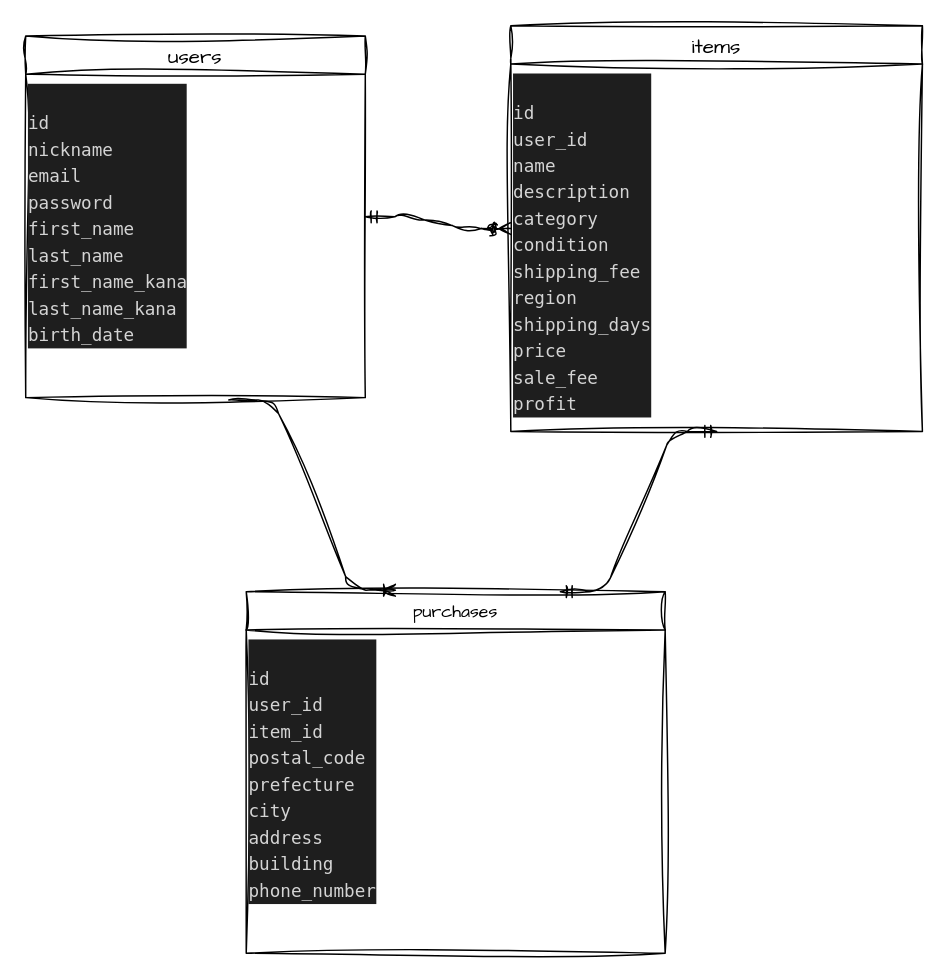
Earlier version of the draw.io diagram ER.dio (k-en7188i/furima-39060). Source tidied: cells renumbered, new cells numbered last; positions are measured from the earlier drawing's top-left corner, leaving out a move shared by most shapes. Both pictures are drawn from the tidied source at 147%, with x=0, y=0 at pixel (25, 25).
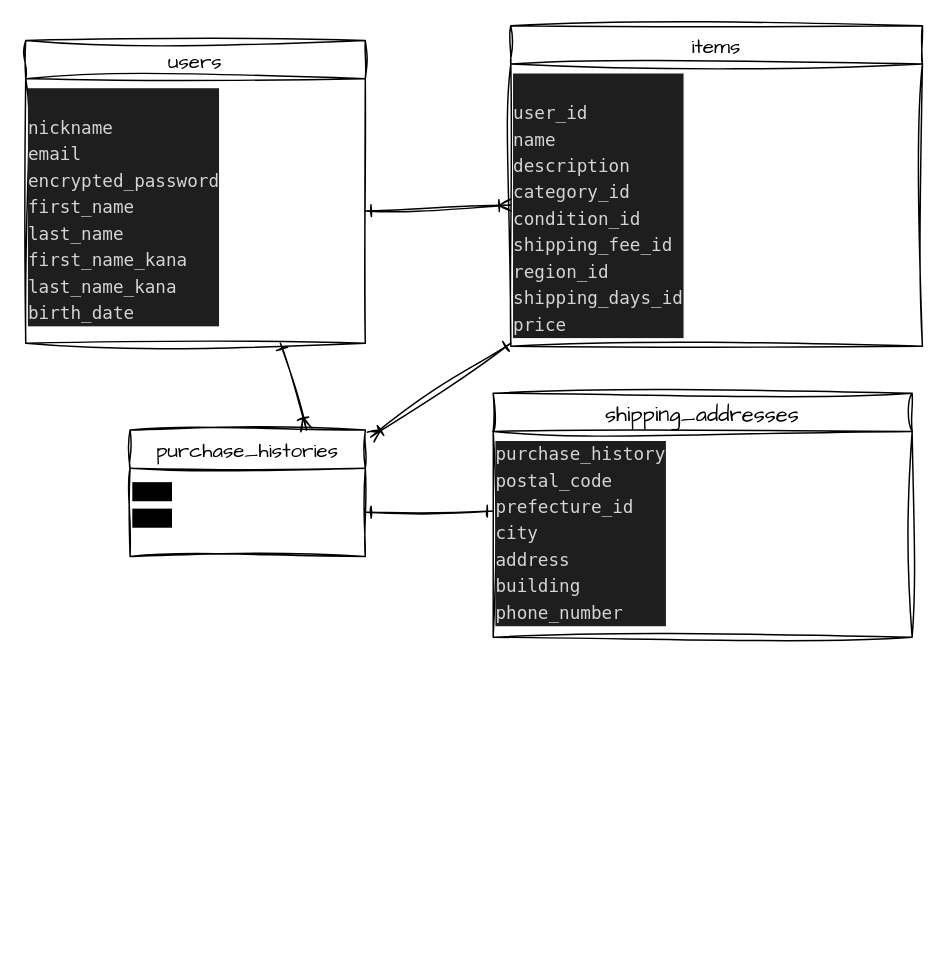
After the change.

Commit message (it also covers changes not shown here):
README・ER図修正、ER図画像生成

Change to the diagram source:
```diff
@@
 <mxGraphModel>
   <root>
     <mxCell id="0" />
     <mxCell id="1" parent="0" />
     <mxCell id="2" value="users" style="swimlane;fontStyle=0;horizontal=1;startSize=26;align=center;fontSize=14;sketch=1;hachureGap=4;jiggle=2;curveFitting=1;fontFamily=Architects Daughter;" parent="1" vertex="1">
-      <mxGeometry y="7" width="231" height="246" as="geometry" />
+      <mxGeometry y="10" width="231" height="206" as="geometry" />
     </mxCell>
-    <mxCell id="3" value="&lt;div style=&quot;color: rgb(212, 212, 212); background-color: rgb(30, 30, 30); font-family: Menlo, Monaco, &amp;quot;Courier New&amp;quot;, monospace; font-weight: normal; font-size: 12px; line-height: 18px;&quot;&gt;&lt;div&gt;&lt;br&gt;&lt;/div&gt;&lt;div&gt;&lt;span style=&quot;color: #d4d4d4;&quot;&gt;id&lt;/span&gt;&lt;/div&gt;&lt;div&gt;&lt;span style=&quot;color: #d4d4d4;&quot;&gt;nickname&lt;/span&gt;&lt;/div&gt;&lt;div&gt;&lt;span style=&quot;color: #d4d4d4;&quot;&gt;email&lt;/span&gt;&lt;/div&gt;&lt;div&gt;&lt;span style=&quot;color: #d4d4d4;&quot;&gt;password&lt;/span&gt;&lt;/div&gt;&lt;div&gt;&lt;span style=&quot;color: #d4d4d4;&quot;&gt;first_name&lt;/span&gt;&lt;/div&gt;&lt;div&gt;&lt;span style=&quot;color: #d4d4d4;&quot;&gt;last_name&lt;/span&gt;&lt;/div&gt;&lt;div&gt;&lt;span style=&quot;color: #d4d4d4;&quot;&gt;first_name_kana&lt;/span&gt;&lt;/div&gt;&lt;div&gt;last_name_kana&lt;/div&gt;&lt;div&gt;&lt;span style=&quot;color: #d4d4d4;&quot;&gt;birth_date&amp;nbsp;&lt;/span&gt;&lt;/div&gt;&lt;/div&gt;" style="text;whiteSpace=wrap;html=1;fontSize=6;fontFamily=Architects Daughter;" parent="2" vertex="1">
-      <mxGeometry y="26" width="231" height="220" as="geometry" />
+    <mxCell id="3" value="&lt;div style=&quot;color: rgb(212, 212, 212); background-color: rgb(30, 30, 30); font-family: Menlo, Monaco, &amp;quot;Courier New&amp;quot;, monospace; font-weight: normal; font-size: 12px; line-height: 18px;&quot;&gt;&lt;div&gt;&lt;br&gt;&lt;/div&gt;&lt;div&gt;&lt;span style=&quot;color: #d4d4d4;&quot;&gt;nickname&lt;/span&gt;&lt;/div&gt;&lt;div&gt;&lt;span style=&quot;color: #d4d4d4;&quot;&gt;email&lt;/span&gt;&lt;/div&gt;&lt;div&gt;&lt;span style=&quot;color: #d4d4d4;&quot;&gt;encrypted_password&lt;/span&gt;&lt;/div&gt;&lt;div&gt;&lt;span style=&quot;color: #d4d4d4;&quot;&gt;first_name&lt;/span&gt;&lt;/div&gt;&lt;div&gt;&lt;span style=&quot;color: #d4d4d4;&quot;&gt;last_name&lt;/span&gt;&lt;/div&gt;&lt;div&gt;&lt;span style=&quot;color: #d4d4d4;&quot;&gt;first_name_kana&lt;/span&gt;&lt;/div&gt;&lt;div&gt;last_name_kana&lt;/div&gt;&lt;div&gt;&lt;span style=&quot;color: #d4d4d4;&quot;&gt;birth_date&amp;nbsp;&lt;/span&gt;&lt;/div&gt;&lt;/div&gt;" style="text;whiteSpace=wrap;html=1;fontSize=6;fontFamily=Architects Daughter;" parent="2" vertex="1">
+      <mxGeometry y="26" width="231" height="180" as="geometry" />
     </mxCell>
     <mxCell id="4" value="items" style="swimlane;fontStyle=0;horizontal=1;startSize=26;align=center;fontSize=14;sketch=1;hachureGap=4;jiggle=2;curveFitting=1;fontFamily=Architects Daughter;" parent="1" vertex="1">
-      <mxGeometry x="330" width="280" height="276" as="geometry" />
+      <mxGeometry x="330" width="280" height="218" as="geometry" />
     </mxCell>
-    <mxCell id="5" value="&lt;div style=&quot;color: rgb(212, 212, 212); background-color: rgb(30, 30, 30); font-family: Menlo, Monaco, &amp;quot;Courier New&amp;quot;, monospace; font-weight: normal; font-size: 12px; line-height: 18px;&quot;&gt;&lt;div&gt;&lt;br&gt;&lt;/div&gt;&lt;div&gt;&lt;span style=&quot;color: #d4d4d4;&quot;&gt;id&amp;nbsp;&lt;/span&gt;&lt;/div&gt;&lt;div&gt;&lt;span style=&quot;color: #d4d4d4;&quot;&gt;user_id&lt;/span&gt;&lt;/div&gt;&lt;div&gt;&lt;span style=&quot;color: #d4d4d4;&quot;&gt;name&amp;nbsp;&lt;/span&gt;&lt;/div&gt;&lt;div&gt;description&amp;nbsp;&lt;/div&gt;&lt;div&gt;&lt;span style=&quot;color: #d4d4d4;&quot;&gt;category&amp;nbsp;&lt;/span&gt;&lt;/div&gt;&lt;div&gt;&lt;span style=&quot;color: #d4d4d4;&quot;&gt;condition&amp;nbsp;&lt;/span&gt;&lt;/div&gt;&lt;div&gt;&lt;span style=&quot;color: #d4d4d4;&quot;&gt;shipping_fee&lt;/span&gt;&lt;/div&gt;&lt;div&gt;&lt;span style=&quot;color: #d4d4d4;&quot;&gt;region&lt;/span&gt;&lt;/div&gt;&lt;div&gt;&lt;span style=&quot;color: #d4d4d4;&quot;&gt;shipping_days&lt;/span&gt;&lt;/div&gt;&lt;div&gt;&lt;span style=&quot;color: #d4d4d4;&quot;&gt;price&lt;/span&gt;&lt;/div&gt;&lt;div&gt;&lt;span style=&quot;color: #d4d4d4;&quot;&gt;sale_fee&lt;/span&gt;&lt;/div&gt;&lt;div&gt;&lt;span style=&quot;color: #d4d4d4;&quot;&gt;profit&lt;/span&gt;&lt;/div&gt;&lt;/div&gt;" style="text;whiteSpace=wrap;html=1;fontSize=6;fontFamily=Architects Daughter;" parent="4" vertex="1">
-      <mxGeometry y="26" width="280" height="250" as="geometry" />
+    <mxCell id="5" value="&lt;div style=&quot;color: rgb(212, 212, 212); background-color: rgb(30, 30, 30); font-family: Menlo, Monaco, &amp;quot;Courier New&amp;quot;, monospace; font-weight: normal; font-size: 12px; line-height: 18px;&quot;&gt;&lt;div&gt;&lt;br&gt;&lt;/div&gt;&lt;div&gt;&lt;span style=&quot;color: #d4d4d4;&quot;&gt;user_id&lt;/span&gt;&lt;/div&gt;&lt;div&gt;&lt;span style=&quot;color: #d4d4d4;&quot;&gt;name&amp;nbsp;&lt;/span&gt;&lt;/div&gt;&lt;div&gt;description&amp;nbsp;&lt;/div&gt;&lt;div&gt;&lt;span style=&quot;color: #d4d4d4;&quot;&gt;category_id&amp;nbsp;&lt;/span&gt;&lt;/div&gt;&lt;div&gt;&lt;span style=&quot;color: #d4d4d4;&quot;&gt;condition_id&amp;nbsp;&lt;/span&gt;&lt;/div&gt;&lt;div&gt;&lt;span style=&quot;color: #d4d4d4;&quot;&gt;shipping_fee_id&lt;/span&gt;&lt;/div&gt;&lt;div&gt;&lt;span style=&quot;color: #d4d4d4;&quot;&gt;region_id&lt;/span&gt;&lt;/div&gt;&lt;div&gt;&lt;span style=&quot;color: #d4d4d4;&quot;&gt;shipping_days_id&lt;/span&gt;&lt;/div&gt;&lt;div&gt;&lt;span style=&quot;color: #d4d4d4;&quot;&gt;price&lt;/span&gt;&lt;/div&gt;&lt;/div&gt;" style="text;whiteSpace=wrap;html=1;fontSize=6;fontFamily=Architects Daughter;" parent="4" vertex="1">
+      <mxGeometry y="26" width="280" height="192" as="geometry" />
     </mxCell>
-    <mxCell id="6" value="purchases" style="swimlane;fontStyle=0;horizontal=1;startSize=26;align=center;fontSize=12;sketch=1;hachureGap=4;jiggle=2;curveFitting=1;fontFamily=Architects Daughter;" parent="1" vertex="1">
-      <mxGeometry x="150" y="385" width="285" height="246" as="geometry" />
+    <mxCell id="6" value="shipping_addresses" style="swimlane;fontStyle=0;horizontal=1;startSize=26;align=center;fontSize=15;sketch=1;hachureGap=4;jiggle=2;curveFitting=1;fontFamily=Architects Daughter;" parent="1" vertex="1">
+      <mxGeometry x="318" y="250" width="285" height="166" as="geometry" />
     </mxCell>
-    <mxCell id="7" value="&lt;div style=&quot;color: rgb(212, 212, 212); background-color: rgb(30, 30, 30); font-family: Menlo, Monaco, &amp;quot;Courier New&amp;quot;, monospace; font-weight: normal; font-size: 12px; line-height: 18px;&quot;&gt;&lt;div&gt;&lt;br&gt;&lt;/div&gt;&lt;div&gt;&lt;span style=&quot;color: #d4d4d4;&quot;&gt;id&lt;/span&gt;&lt;/div&gt;&lt;div&gt;&lt;span style=&quot;color: #d4d4d4;&quot;&gt;user_id&lt;/span&gt;&lt;/div&gt;&lt;div&gt;&lt;span style=&quot;color: #d4d4d4;&quot;&gt;item_id&lt;/span&gt;&lt;/div&gt;&lt;div&gt;&lt;span style=&quot;color: #d4d4d4;&quot;&gt;postal_code&lt;/span&gt;&lt;/div&gt;&lt;div&gt;&lt;span style=&quot;color: #d4d4d4;&quot;&gt;prefecture&lt;/span&gt;&lt;/div&gt;&lt;div&gt;&lt;span style=&quot;color: #d4d4d4;&quot;&gt;city&lt;/span&gt;&lt;/div&gt;&lt;div&gt;&lt;span style=&quot;color: #d4d4d4;&quot;&gt;address&lt;/span&gt;&lt;/div&gt;&lt;div&gt;&lt;span style=&quot;color: #d4d4d4;&quot;&gt;building&lt;/span&gt;&lt;/div&gt;&lt;div&gt;&lt;span style=&quot;color: #d4d4d4;&quot;&gt;phone_number&lt;/span&gt;&lt;/div&gt;&lt;/div&gt;" style="text;whiteSpace=wrap;html=1;fontSize=6;fontFamily=Architects Daughter;" parent="6" vertex="1">
-      <mxGeometry y="26" width="285" height="220" as="geometry" />
+    <mxCell id="7" value="&lt;div style=&quot;color: rgb(212, 212, 212); background-color: rgb(30, 30, 30); font-family: Menlo, Monaco, &amp;quot;Courier New&amp;quot;, monospace; font-weight: normal; font-size: 12px; line-height: 18px;&quot;&gt;&lt;div&gt;purchase_history&lt;/div&gt;&lt;div&gt;postal_code&lt;br&gt;&lt;/div&gt;&lt;div&gt;&lt;span style=&quot;color: #d4d4d4;&quot;&gt;prefecture_id&lt;/span&gt;&lt;/div&gt;&lt;div&gt;&lt;span style=&quot;color: #d4d4d4;&quot;&gt;city&lt;/span&gt;&lt;/div&gt;&lt;div&gt;&lt;span style=&quot;color: #d4d4d4;&quot;&gt;address&lt;/span&gt;&lt;/div&gt;&lt;div&gt;&lt;span style=&quot;color: #d4d4d4;&quot;&gt;building&lt;/span&gt;&lt;/div&gt;&lt;div&gt;&lt;span style=&quot;color: #d4d4d4;&quot;&gt;phone_number&lt;/span&gt;&lt;/div&gt;&lt;/div&gt;" style="text;whiteSpace=wrap;html=1;fontSize=6;fontFamily=Architects Daughter;" parent="6" vertex="1">
+      <mxGeometry y="26" width="285" height="140" as="geometry" />
     </mxCell>
-    <mxCell id="8" style="edgeStyle=entityRelationEdgeStyle;fontSize=12;html=1;endArrow=ERzeroToMany;startArrow=ERmandOne;sketch=1;hachureGap=4;jiggle=2;curveFitting=1;fontFamily=Architects Daughter;exitX=1;exitY=0.5;exitDx=0;exitDy=0;entryX=0;entryY=0.5;entryDx=0;entryDy=0;" parent="1" edge="1" source="2" target="4">
-      <mxGeometry relative="1" as="geometry" />
-    </mxCell>
-    <mxCell id="9" style="edgeStyle=entityRelationEdgeStyle;fontSize=12;html=1;endArrow=ERoneToMany;sketch=1;hachureGap=4;jiggle=2;curveFitting=1;fontFamily=Architects Daughter;exitX=0.598;exitY=1.007;exitDx=0;exitDy=0;exitPerimeter=0;entryX=0.356;entryY=-0.004;entryDx=0;entryDy=0;entryPerimeter=0;" parent="1" edge="1" source="3" target="6">
-      <mxGeometry relative="1" as="geometry" />
-    </mxCell>
-    <mxCell id="10" style="edgeStyle=entityRelationEdgeStyle;fontSize=12;html=1;endArrow=ERmandOne;startArrow=ERmandOne;sketch=1;hachureGap=4;jiggle=2;curveFitting=1;fontFamily=Architects Daughter;exitX=0.75;exitY=0;exitDx=0;exitDy=0;entryX=0.5;entryY=1;entryDx=0;entryDy=0;" parent="1" edge="1" source="6" target="4">
-      <mxGeometry relative="1" as="geometry" />
-    </mxCell>
+    <mxCell id="11" style="edgeStyle=none;sketch=1;hachureGap=4;jiggle=2;curveFitting=1;html=1;exitX=1;exitY=0.5;exitDx=0;exitDy=0;fontFamily=Architects Daughter;fontSize=6;endArrow=ERoneToMany;endFill=0;startArrow=ERone;startFill=0;entryX=0;entryY=0.5;entryDx=0;entryDy=0;" parent="1" edge="1" source="3" target="5">
+      <mxGeometry relative="1" as="geometry" />
+    </mxCell>
+    <mxCell id="12" value="purchase_histories" style="swimlane;fontStyle=0;horizontal=1;startSize=26;align=center;fontSize=14;sketch=1;hachureGap=4;jiggle=2;curveFitting=1;fontFamily=Architects Daughter;" parent="1" vertex="1">
+      <mxGeometry x="71" y="275" width="160" height="86" as="geometry" />
+    </mxCell>
+    <mxCell id="13" value="&lt;font style=&quot;font-size: 11px;&quot;&gt;&lt;b&gt;&lt;span style=&quot;border: 0px solid rgb(217, 217, 227); box-sizing: border-box; --tw-border-spacing-x:0; --tw-border-spacing-y:0; --tw-translate-x:0; --tw-translate-y:0; --tw-rotate:0; --tw-skew-x:0; --tw-skew-y:0; --tw-scale-x:1; --tw-scale-y:1; --tw-pan-x: ; --tw-pan-y: ; --tw-pinch-zoom: ; --tw-scroll-snap-strictness:proximity; --tw-ordinal: ; --tw-slashed-zero: ; --tw-numeric-figure: ; --tw-numeric-spacing: ; --tw-numeric-fraction: ; --tw-ring-inset: ; --tw-ring-offset-width:0px; --tw-ring-offset-color:#fff; --tw-ring-color:rgba(59,130,246,0.5); --tw-ring-offset-shadow:0 0 transparent; --tw-ring-shadow:0 0 transparent; --tw-shadow:0 0 transparent; --tw-shadow-colored:0 0 transparent; --tw-blur: ; --tw-brightness: ; --tw-contrast: ; --tw-grayscale: ; --tw-hue-rotate: ; --tw-invert: ; --tw-saturate: ; --tw-sepia: ; --tw-drop-shadow: ; --tw-backdrop-blur: ; --tw-backdrop-brightness: ; --tw-backdrop-contrast: ; --tw-backdrop-grayscale: ; --tw-backdrop-hue-rotate: ; --tw-backdrop-invert: ; --tw-backdrop-opacity: ; --tw-backdrop-saturate: ; --tw-backdrop-sepia: ; font-family: &amp;quot;Söhne Mono&amp;quot;, Monaco, &amp;quot;Andale Mono&amp;quot;, &amp;quot;Ubuntu Mono&amp;quot;, monospace; font-style: normal; font-variant-ligatures: normal; font-variant-caps: normal; letter-spacing: normal; orphans: 2; text-align: left; text-indent: 0px; text-transform: none; widows: 2; word-spacing: 0px; -webkit-text-stroke-width: 0px; background-color: rgb(0, 0, 0); text-decoration-thickness: initial; text-decoration-style: initial; text-decoration-color: initial;&quot; class=&quot;hljs-string&quot;&gt;user&lt;/span&gt;&lt;span style=&quot;font-family: &amp;quot;Söhne Mono&amp;quot;, Monaco, &amp;quot;Andale Mono&amp;quot;, &amp;quot;Ubuntu Mono&amp;quot;, monospace; font-style: normal; font-variant-ligatures: normal; font-variant-caps: normal; letter-spacing: normal; orphans: 2; text-align: left; text-indent: 0px; text-transform: none; widows: 2; word-spacing: 0px; -webkit-text-stroke-width: 0px; background-color: rgb(0, 0, 0); text-decoration-thickness: initial; text-decoration-style: initial; text-decoration-color: initial; float: none; display: inline !important;&quot;&gt;&lt;br&gt;&lt;/span&gt;&lt;span style=&quot;border: 0px solid rgb(217, 217, 227); box-sizing: border-box; --tw-border-spacing-x:0; --tw-border-spacing-y:0; --tw-translate-x:0; --tw-translate-y:0; --tw-rotate:0; --tw-skew-x:0; --tw-skew-y:0; --tw-scale-x:1; --tw-scale-y:1; --tw-pan-x: ; --tw-pan-y: ; --tw-pinch-zoom: ; --tw-scroll-snap-strictness:proximity; --tw-ordinal: ; --tw-slashed-zero: ; --tw-numeric-figure: ; --tw-numeric-spacing: ; --tw-numeric-fraction: ; --tw-ring-inset: ; --tw-ring-offset-width:0px; --tw-ring-offset-color:#fff; --tw-ring-color:rgba(59,130,246,0.5); --tw-ring-offset-shadow:0 0 transparent; --tw-ring-shadow:0 0 transparent; --tw-shadow:0 0 transparent; --tw-shadow-colored:0 0 transparent; --tw-blur: ; --tw-brightness: ; --tw-contrast: ; --tw-grayscale: ; --tw-hue-rotate: ; --tw-invert: ; --tw-saturate: ; --tw-sepia: ; --tw-drop-shadow: ; --tw-backdrop-blur: ; --tw-backdrop-brightness: ; --tw-backdrop-contrast: ; --tw-backdrop-grayscale: ; --tw-backdrop-hue-rotate: ; --tw-backdrop-invert: ; --tw-backdrop-opacity: ; --tw-backdrop-saturate: ; --tw-backdrop-sepia: ; font-family: &amp;quot;Söhne Mono&amp;quot;, Monaco, &amp;quot;Andale Mono&amp;quot;, &amp;quot;Ubuntu Mono&amp;quot;, monospace; font-style: normal; font-variant-ligatures: normal; font-variant-caps: normal; letter-spacing: normal; orphans: 2; text-align: left; text-indent: 0px; text-transform: none; widows: 2; word-spacing: 0px; -webkit-text-stroke-width: 0px; background-color: rgb(0, 0, 0); text-decoration-thickness: initial; text-decoration-style: initial; text-decoration-color: initial;&quot; class=&quot;hljs-string&quot;&gt;item&lt;/span&gt;&lt;/b&gt;&lt;/font&gt;" style="text;whiteSpace=wrap;html=1;fontSize=15;fontFamily=Architects Daughter;" parent="12" vertex="1">
+      <mxGeometry y="26" width="160" height="60" as="geometry" />
+    </mxCell>
+    <mxCell id="14" style="edgeStyle=none;sketch=1;hachureGap=4;jiggle=2;curveFitting=1;html=1;exitX=0.75;exitY=1;exitDx=0;exitDy=0;entryX=0.75;entryY=0;entryDx=0;entryDy=0;fontFamily=Architects Daughter;fontSize=15;startArrow=ERone;startFill=0;endArrow=ERoneToMany;endFill=0;" parent="1" edge="1" source="3" target="12">
+      <mxGeometry relative="1" as="geometry" />
+    </mxCell>
+    <mxCell id="15" style="edgeStyle=none;sketch=1;hachureGap=4;jiggle=2;curveFitting=1;html=1;entryX=1.023;entryY=0.056;entryDx=0;entryDy=0;entryPerimeter=0;fontFamily=Architects Daughter;fontSize=15;startArrow=ERone;startFill=0;endArrow=ERoneToMany;endFill=0;" parent="1" edge="1" source="5" target="12">
+      <mxGeometry relative="1" as="geometry" />
+    </mxCell>
+    <mxCell id="16" style="edgeStyle=none;sketch=1;hachureGap=4;jiggle=2;curveFitting=1;html=1;exitX=1;exitY=0.5;exitDx=0;exitDy=0;entryX=0;entryY=0.387;entryDx=0;entryDy=0;entryPerimeter=0;fontFamily=Architects Daughter;fontSize=11;fontColor=#F0F0F0;startArrow=ERone;startFill=0;endArrow=ERone;endFill=0;" parent="1" edge="1" source="13" target="7">
+      <mxGeometry relative="1" as="geometry" />
+    </mxCell>
   </root>
 </mxGraphModel>
```
